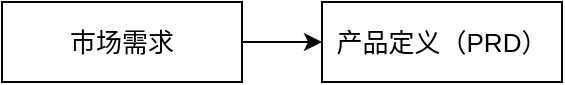
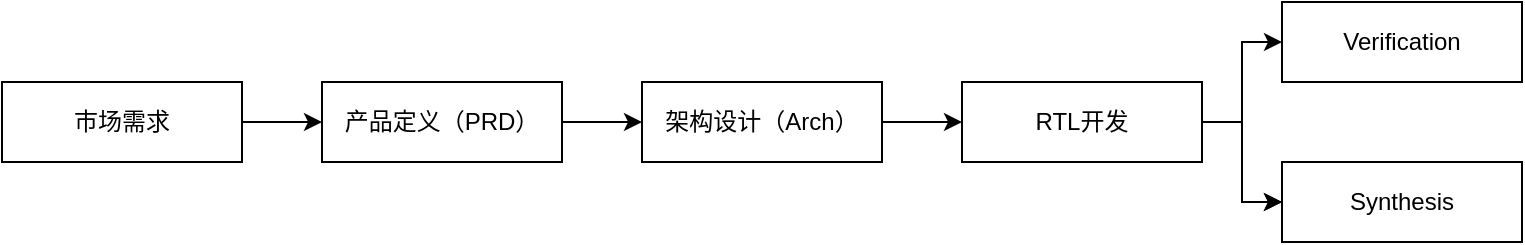
<mxfile host="app.diagrams.net">
  <diagram name="第 1 页" id="KCBWo45Jhq6FbeANtMXA">
    <mxGraphModel dx="1022" dy="538" grid="1" gridSize="10" guides="1" tooltips="1" connect="1" arrows="1" fold="1" page="1" pageScale="1" pageWidth="1169" pageHeight="827" math="0" shadow="0">
      <root>
        <mxCell id="0" />
        <mxCell id="1" parent="0" />
        <mxCell id="0cBzrDOoJQkcRds2v_98-4" edge="1" parent="1" source="0cBzrDOoJQkcRds2v_98-2" style="edgeStyle=orthogonalEdgeStyle;rounded=0;orthogonalLoop=1;jettySize=auto;html=1;" target="0cBzrDOoJQkcRds2v_98-3" value="">
          <mxGeometry relative="1" as="geometry" />
        </mxCell>
-         <mxCell id="0cBzrDOoJQkcRds2v_98-2" parent="1" style="rounded=0;whiteSpace=wrap;html=1;fontSize=13;fontFamily=Helvetica;" value="&lt;div&gt;市场需求&lt;/div&gt;" vertex="1">
-           <mxGeometry height="40" width="120" x="40" y="40" as="geometry" />
+         <mxCell id="0cBzrDOoJQkcRds2v_98-2" parent="1" style="rounded=0;whiteSpace=wrap;html=1;fontSize=12;fontFamily=Helvetica;" value="&lt;div&gt;市场需求&lt;/div&gt;" vertex="1">
+           <mxGeometry height="40" width="120" x="40" y="120" as="geometry" />
        </mxCell>
-         <mxCell id="0cBzrDOoJQkcRds2v_98-3" parent="1" style="rounded=0;whiteSpace=wrap;html=1;fontSize=13;" value="&lt;div&gt;产品定义（PRD）&lt;/div&gt;" vertex="1">
-           <mxGeometry height="40" width="120" x="200" y="40" as="geometry" />
+         <mxCell id="0cBzrDOoJQkcRds2v_98-6" edge="1" parent="1" source="0cBzrDOoJQkcRds2v_98-3" style="edgeStyle=orthogonalEdgeStyle;rounded=0;orthogonalLoop=1;jettySize=auto;html=1;" target="0cBzrDOoJQkcRds2v_98-5" value="">
+           <mxGeometry relative="1" as="geometry" />
+         </mxCell>
+         <mxCell id="0cBzrDOoJQkcRds2v_98-3" parent="1" style="rounded=0;whiteSpace=wrap;html=1;fontSize=12;" value="&lt;div&gt;产品定义（PRD）&lt;/div&gt;" vertex="1">
+           <mxGeometry height="40" width="120" x="200" y="120" as="geometry" />
+         </mxCell>
+         <mxCell id="0cBzrDOoJQkcRds2v_98-8" edge="1" parent="1" source="0cBzrDOoJQkcRds2v_98-5" style="edgeStyle=orthogonalEdgeStyle;rounded=0;orthogonalLoop=1;jettySize=auto;html=1;" target="0cBzrDOoJQkcRds2v_98-7" value="">
+           <mxGeometry relative="1" as="geometry" />
+         </mxCell>
+         <mxCell id="0cBzrDOoJQkcRds2v_98-5" parent="1" style="rounded=0;whiteSpace=wrap;html=1;fontSize=12;" value="&lt;div&gt;架构设计（Arch）&lt;/div&gt;" vertex="1">
+           <mxGeometry height="40" width="120" x="360" y="120" as="geometry" />
+         </mxCell>
+         <mxCell id="0cBzrDOoJQkcRds2v_98-11" edge="1" parent="1" source="0cBzrDOoJQkcRds2v_98-7" style="edgeStyle=orthogonalEdgeStyle;rounded=0;orthogonalLoop=1;jettySize=auto;html=1;" target="0cBzrDOoJQkcRds2v_98-10" value="">
+           <mxGeometry relative="1" as="geometry" />
+         </mxCell>
+         <mxCell id="0cBzrDOoJQkcRds2v_98-13" edge="1" parent="1" source="0cBzrDOoJQkcRds2v_98-7" style="edgeStyle=orthogonalEdgeStyle;rounded=0;orthogonalLoop=1;jettySize=auto;html=1;" target="0cBzrDOoJQkcRds2v_98-10" value="">
+           <mxGeometry relative="1" as="geometry" />
+         </mxCell>
+         <mxCell id="0cBzrDOoJQkcRds2v_98-7" parent="1" style="rounded=0;whiteSpace=wrap;html=1;fontSize=12;" value="&lt;div&gt;RTL开发&lt;/div&gt;" vertex="1">
+           <mxGeometry height="40" width="120" x="520" y="120" as="geometry" />
+         </mxCell>
+         <mxCell id="0cBzrDOoJQkcRds2v_98-9" parent="1" style="rounded=0;whiteSpace=wrap;html=1;fontSize=12;" value="&lt;div&gt;Verification&lt;/div&gt;" vertex="1">
+           <mxGeometry height="40" width="120" x="680" y="80" as="geometry" />
+         </mxCell>
+         <mxCell id="0cBzrDOoJQkcRds2v_98-14" edge="1" parent="1" source="0cBzrDOoJQkcRds2v_98-7" style="edgeStyle=orthogonalEdgeStyle;rounded=0;orthogonalLoop=1;jettySize=auto;html=1;entryX=0;entryY=0.5;entryDx=0;entryDy=0;exitX=1;exitY=0.5;exitDx=0;exitDy=0;" target="0cBzrDOoJQkcRds2v_98-9">
+           <mxGeometry relative="1" as="geometry">
+             <mxPoint x="560" y="80" as="sourcePoint" />
+           </mxGeometry>
+         </mxCell>
+         <mxCell id="0cBzrDOoJQkcRds2v_98-10" parent="1" style="rounded=0;whiteSpace=wrap;html=1;fontSize=12;" value="Synthesis" vertex="1">
+           <mxGeometry height="40" width="120" x="680" y="160" as="geometry" />
        </mxCell>
      </root>
    </mxGraphModel>
  </diagram>
</mxfile>
